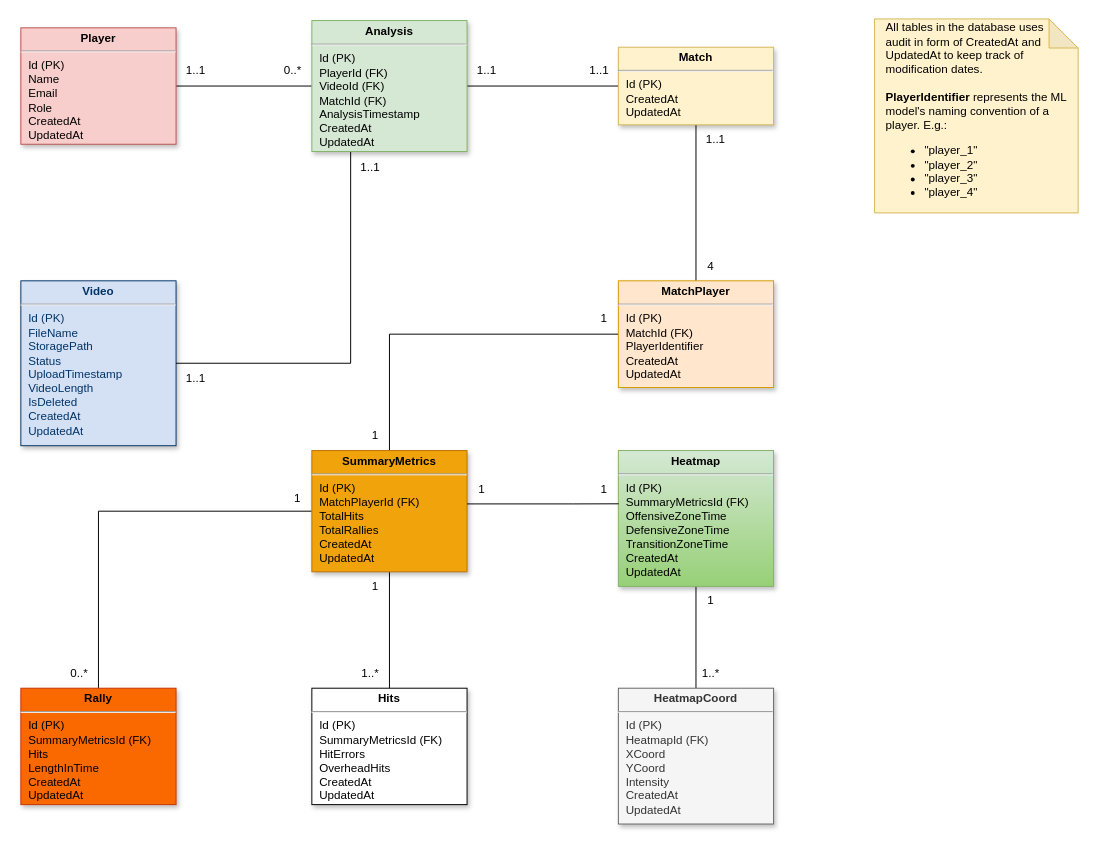
This is Documentation/Analysis/Diagrams/RelationalModel.drawio from Olsen7351/Bachlor2025-Padel, a draw.io file, before an edit. Source tidied: cells renumbered, new cells numbered last; positions are measured from the earlier drawing's top-left corner, leaving out a move shared by most shapes. Both pictures are drawn from the tidied source at 97%, with x=0, y=0 at pixel (20, 18).
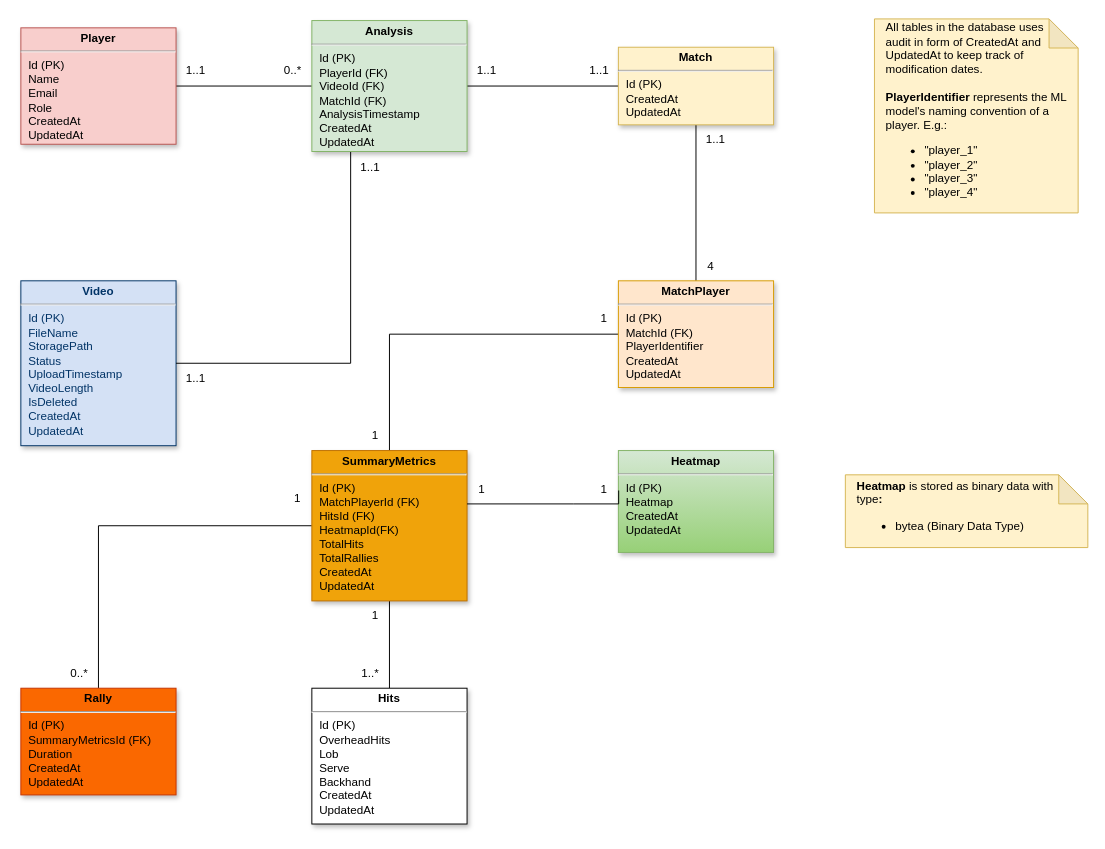
The same diagram, later.

Change to the diagram source:
```diff
@@
-    <mxCell id="14" value="&lt;p style=&quot;margin: 4px 0px 0px; text-align: center;&quot;&gt;&lt;b&gt;SummaryMetrics&lt;/b&gt;&lt;/p&gt;&lt;hr&gt;&lt;p style=&quot;margin: 0px; margin-left: 8px;&quot;&gt;Id (PK)&lt;/p&gt;&lt;p style=&quot;margin: 0px; margin-left: 8px;&quot;&gt;MatchPlayerId (FK)&lt;/p&gt;&lt;p style=&quot;margin: 0px; margin-left: 8px;&quot;&gt;TotalHits&lt;/p&gt;&lt;p style=&quot;margin: 0px; margin-left: 8px;&quot;&gt;TotalRallies&lt;/p&gt;&lt;p style=&quot;margin: 0px; margin-left: 8px;&quot;&gt;CreatedAt&lt;/p&gt;&lt;p style=&quot;margin: 0px; margin-left: 8px;&quot;&gt;UpdatedAt&lt;/p&gt;" style="verticalAlign=top;align=left;overflow=fill;fontSize=12;fontFamily=Helvetica;html=1;strokeColor=#BD7000;shadow=1;fillColor=#f0a30a;fontColor=#000000;" parent="1" vertex="1">
-      <mxGeometry x="300" y="445" width="160" height="125" as="geometry" />
+    <mxCell id="14" value="&lt;p style=&quot;margin: 4px 0px 0px; text-align: center;&quot;&gt;&lt;b&gt;SummaryMetrics&lt;/b&gt;&lt;/p&gt;&lt;hr&gt;&lt;p style=&quot;margin: 0px; margin-left: 8px;&quot;&gt;Id (PK)&lt;/p&gt;&lt;p style=&quot;margin: 0px; margin-left: 8px;&quot;&gt;MatchPlayerId (FK)&lt;/p&gt;&lt;p style=&quot;margin: 0px; margin-left: 8px;&quot;&gt;HitsId (FK)&lt;/p&gt;&lt;p style=&quot;margin: 0px; margin-left: 8px;&quot;&gt;HeatmapId(FK)&lt;/p&gt;&lt;p style=&quot;margin: 0px; margin-left: 8px;&quot;&gt;TotalHits&lt;/p&gt;&lt;p style=&quot;margin: 0px; margin-left: 8px;&quot;&gt;TotalRallies&lt;/p&gt;&lt;p style=&quot;margin: 0px; margin-left: 8px;&quot;&gt;CreatedAt&lt;/p&gt;&lt;p style=&quot;margin: 0px; margin-left: 8px;&quot;&gt;UpdatedAt&lt;/p&gt;" style="verticalAlign=top;align=left;overflow=fill;fontSize=12;fontFamily=Helvetica;html=1;strokeColor=#BD7000;shadow=1;fillColor=#f0a30a;fontColor=#000000;" parent="1" vertex="1">
+      <mxGeometry x="300" y="445" width="160" height="155" as="geometry" />
     </mxCell>
-    <mxCell id="15" value="&lt;p style=&quot;margin: 4px 0px 0px; text-align: center;&quot;&gt;&lt;b&gt;Rally&lt;/b&gt;&lt;/p&gt;&lt;hr&gt;&lt;p style=&quot;margin: 0px; margin-left: 8px;&quot;&gt;Id (PK)&lt;/p&gt;&lt;p style=&quot;margin: 0px; margin-left: 8px;&quot;&gt;SummaryMetricsId (FK)&lt;/p&gt;&lt;p style=&quot;margin: 0px; margin-left: 8px;&quot;&gt;Hits&lt;/p&gt;&lt;p style=&quot;margin: 0px; margin-left: 8px;&quot;&gt;LengthInTime&lt;/p&gt;&lt;p style=&quot;margin: 0px; margin-left: 8px;&quot;&gt;CreatedAt&lt;/p&gt;&lt;p style=&quot;margin: 0px; margin-left: 8px;&quot;&gt;UpdatedAt&lt;/p&gt;" style="verticalAlign=top;align=left;overflow=fill;fontSize=12;fontFamily=Helvetica;html=1;strokeColor=#C73500;shadow=1;fillColor=#fa6800;fontColor=#000000;" parent="1" vertex="1">
-      <mxGeometry y="690" width="160" height="120" as="geometry" />
+    <mxCell id="15" value="&lt;p style=&quot;margin: 4px 0px 0px; text-align: center;&quot;&gt;&lt;b&gt;Rally&lt;/b&gt;&lt;/p&gt;&lt;hr&gt;&lt;p style=&quot;margin: 0px; margin-left: 8px;&quot;&gt;Id (PK)&lt;/p&gt;&lt;p style=&quot;margin: 0px; margin-left: 8px;&quot;&gt;SummaryMetricsId (FK)&lt;/p&gt;&lt;p style=&quot;margin: 0px; margin-left: 8px;&quot;&gt;Duration&lt;/p&gt;&lt;p style=&quot;margin: 0px; margin-left: 8px;&quot;&gt;CreatedAt&lt;/p&gt;&lt;p style=&quot;margin: 0px; margin-left: 8px;&quot;&gt;UpdatedAt&lt;/p&gt;" style="verticalAlign=top;align=left;overflow=fill;fontSize=12;fontFamily=Helvetica;html=1;strokeColor=#C73500;shadow=1;fillColor=#fa6800;fontColor=#000000;" parent="1" vertex="1">
+      <mxGeometry y="690" width="160" height="110" as="geometry" />
     </mxCell>
-    <mxCell id="16" value="&lt;p style=&quot;margin: 4px 0px 0px; text-align: center;&quot;&gt;&lt;b&gt;Hits&lt;/b&gt;&lt;/p&gt;&lt;hr&gt;&lt;p style=&quot;margin: 0px; margin-left: 8px;&quot;&gt;Id (PK)&lt;/p&gt;&lt;p style=&quot;margin: 0px; margin-left: 8px;&quot;&gt;SummaryMetricsId (FK)&lt;/p&gt;&lt;p style=&quot;margin: 0px; margin-left: 8px;&quot;&gt;HitErrors&lt;/p&gt;&lt;p style=&quot;margin: 0px; margin-left: 8px;&quot;&gt;OverheadHits&lt;/p&gt;&lt;p style=&quot;margin: 0px; margin-left: 8px;&quot;&gt;CreatedAt&lt;/p&gt;&lt;p style=&quot;margin: 0px; margin-left: 8px;&quot;&gt;UpdatedAt&lt;/p&gt;" style="verticalAlign=top;align=left;overflow=fill;fontSize=12;fontFamily=Helvetica;html=1;shadow=1;" parent="1" vertex="1">
-      <mxGeometry x="300" y="690" width="160" height="120" as="geometry" />
+    <mxCell id="16" value="&lt;p style=&quot;margin: 4px 0px 0px; text-align: center;&quot;&gt;&lt;b&gt;Hits&lt;/b&gt;&lt;/p&gt;&lt;hr&gt;&lt;p style=&quot;margin: 0px; margin-left: 8px;&quot;&gt;Id (PK)&lt;/p&gt;&lt;p style=&quot;margin: 0px; margin-left: 8px;&quot;&gt;&lt;span style=&quot;background-color: transparent; color: light-dark(rgb(0, 0, 0), rgb(255, 255, 255));&quot;&gt;OverheadHits&lt;/span&gt;&lt;/p&gt;&lt;p style=&quot;margin: 0px; margin-left: 8px;&quot;&gt;Lob&lt;/p&gt;&lt;p style=&quot;margin: 0px; margin-left: 8px;&quot;&gt;Serve&lt;/p&gt;&lt;p style=&quot;margin: 0px; margin-left: 8px;&quot;&gt;Backhand&lt;/p&gt;&lt;p style=&quot;margin: 0px; margin-left: 8px;&quot;&gt;CreatedAt&lt;/p&gt;&lt;p style=&quot;margin: 0px; margin-left: 8px;&quot;&gt;UpdatedAt&lt;/p&gt;" style="verticalAlign=top;align=left;overflow=fill;fontSize=12;fontFamily=Helvetica;html=1;shadow=1;" parent="1" vertex="1">
+      <mxGeometry x="300" y="690" width="160" height="140" as="geometry" />
     </mxCell>
-    <mxCell id="17" style="edgeStyle=orthogonalEdgeStyle;rounded=0;jettySize=auto;html=1;entryX=0.5;entryY=0;entryDx=0;entryDy=0;endArrow=none;endFill=0;" parent="1" edge="1" source="18" target="19">
-      <mxGeometry relative="1" as="geometry" />
-    </mxCell>
-    <mxCell id="18" value="&lt;p style=&quot;margin: 4px 0px 0px; text-align: center;&quot;&gt;&lt;b&gt;Heatmap&lt;/b&gt;&lt;/p&gt;&lt;hr&gt;&lt;p style=&quot;margin: 0px; margin-left: 8px;&quot;&gt;Id (PK)&lt;/p&gt;&lt;p style=&quot;margin: 0px; margin-left: 8px;&quot;&gt;SummaryMetricsId (FK)&lt;/p&gt;&lt;p style=&quot;margin: 0px; margin-left: 8px;&quot;&gt;OffensiveZoneTime&lt;/p&gt;&lt;p style=&quot;margin: 0px; margin-left: 8px;&quot;&gt;DefensiveZoneTime&lt;/p&gt;&lt;p style=&quot;margin: 0px; margin-left: 8px;&quot;&gt;TransitionZoneTime&lt;/p&gt;&lt;p style=&quot;margin: 0px; margin-left: 8px;&quot;&gt;CreatedAt&lt;/p&gt;&lt;p style=&quot;margin: 0px; margin-left: 8px;&quot;&gt;UpdatedAt&lt;/p&gt;" style="verticalAlign=top;align=left;overflow=fill;fontSize=12;fontFamily=Helvetica;html=1;strokeColor=#82b366;shadow=1;fillColor=#d5e8d4;gradientColor=#97d077;" parent="1" vertex="1">
-      <mxGeometry x="616" y="445" width="160" height="140" as="geometry" />
+    <mxCell id="18" value="&lt;p style=&quot;margin: 4px 0px 0px; text-align: center;&quot;&gt;&lt;b&gt;Heatmap&lt;/b&gt;&lt;/p&gt;&lt;hr&gt;&lt;p style=&quot;margin: 0px; margin-left: 8px;&quot;&gt;Id (PK)&lt;/p&gt;&lt;p style=&quot;margin: 0px; margin-left: 8px;&quot;&gt;Heatmap&lt;/p&gt;&lt;p style=&quot;margin: 0px; margin-left: 8px;&quot;&gt;CreatedAt&lt;/p&gt;&lt;p style=&quot;margin: 0px; margin-left: 8px;&quot;&gt;UpdatedAt&lt;/p&gt;" style="verticalAlign=top;align=left;overflow=fill;fontSize=12;fontFamily=Helvetica;html=1;strokeColor=#82b366;shadow=1;fillColor=#d5e8d4;gradientColor=#97d077;" parent="1" vertex="1">
+      <mxGeometry x="616" y="445" width="160" height="105" as="geometry" />
     </mxCell>
-    <mxCell id="19" value="&lt;p style=&quot;margin: 4px 0px 0px; text-align: center;&quot;&gt;&lt;b&gt;HeatmapCoord&lt;/b&gt;&lt;/p&gt;&lt;hr&gt;&lt;p style=&quot;margin: 0px; margin-left: 8px;&quot;&gt;Id (PK)&lt;/p&gt;&lt;p style=&quot;margin: 0px; margin-left: 8px;&quot;&gt;HeatmapId (FK)&lt;/p&gt;&lt;p style=&quot;margin: 0px; margin-left: 8px;&quot;&gt;XCoord&lt;/p&gt;&lt;p style=&quot;margin: 0px; margin-left: 8px;&quot;&gt;YCoord&lt;/p&gt;&lt;p style=&quot;margin: 0px; margin-left: 8px;&quot;&gt;Intensity&lt;/p&gt;&lt;p style=&quot;margin: 0px; margin-left: 8px;&quot;&gt;CreatedAt&lt;/p&gt;&lt;p style=&quot;margin: 0px; margin-left: 8px;&quot;&gt;UpdatedAt&lt;/p&gt;" style="verticalAlign=top;align=left;overflow=fill;fontSize=12;fontFamily=Helvetica;html=1;shadow=1;fillColor=#f5f5f5;strokeColor=#666666;fontColor=#333333;" parent="1" vertex="1">
-      <mxGeometry x="616" y="690" width="160" height="140" as="geometry" />
-    </mxCell>
@@
     <mxCell id="34" value="1" style="text;html=1;align=center;verticalAlign=middle;strokeColor=none;fillColor=none;" parent="1" vertex="1">
-      <mxGeometry x="350" y="570" width="30" height="30" as="geometry" />
+      <mxGeometry x="350" y="600" width="30" height="30" as="geometry" />
     </mxCell>
@@
-    <mxCell id="37" value="1" style="text;html=1;align=center;verticalAlign=middle;strokeColor=none;fillColor=none;" parent="1" vertex="1">
-      <mxGeometry x="696" y="585" width="30" height="30" as="geometry" />
-    </mxCell>
-    <mxCell id="38" value="1..*" style="text;html=1;align=center;verticalAlign=middle;strokeColor=none;fillColor=none;" parent="1" vertex="1">
-      <mxGeometry x="691" y="660" width="40" height="30" as="geometry" />
-    </mxCell>
@@
+    <mxCell id="40" value="&lt;div style=&quot;padding-left: 10px; padding-right: 10px;&quot;&gt;&lt;b&gt;Heatmap &lt;/b&gt;is stored as binary data with&lt;/div&gt;&lt;div style=&quot;padding-left: 10px; padding-right: 10px;&quot;&gt;type&lt;b&gt;:&lt;/b&gt;&lt;/div&gt;&lt;div style=&quot;padding-left: 10px; padding-right: 10px;&quot;&gt;&lt;ul&gt;&lt;li&gt;bytea (Binary Data Type)&lt;/li&gt;&lt;/ul&gt;&lt;/div&gt;" style="shape=note;whiteSpace=wrap;html=1;backgroundOutline=1;darkOpacity=0.05;fillColor=#fff2cc;strokeColor=#d6b656;align=left;" parent="1" vertex="1">
+      <mxGeometry x="850" y="470" width="250" height="75" as="geometry" />
+    </mxCell>
```
